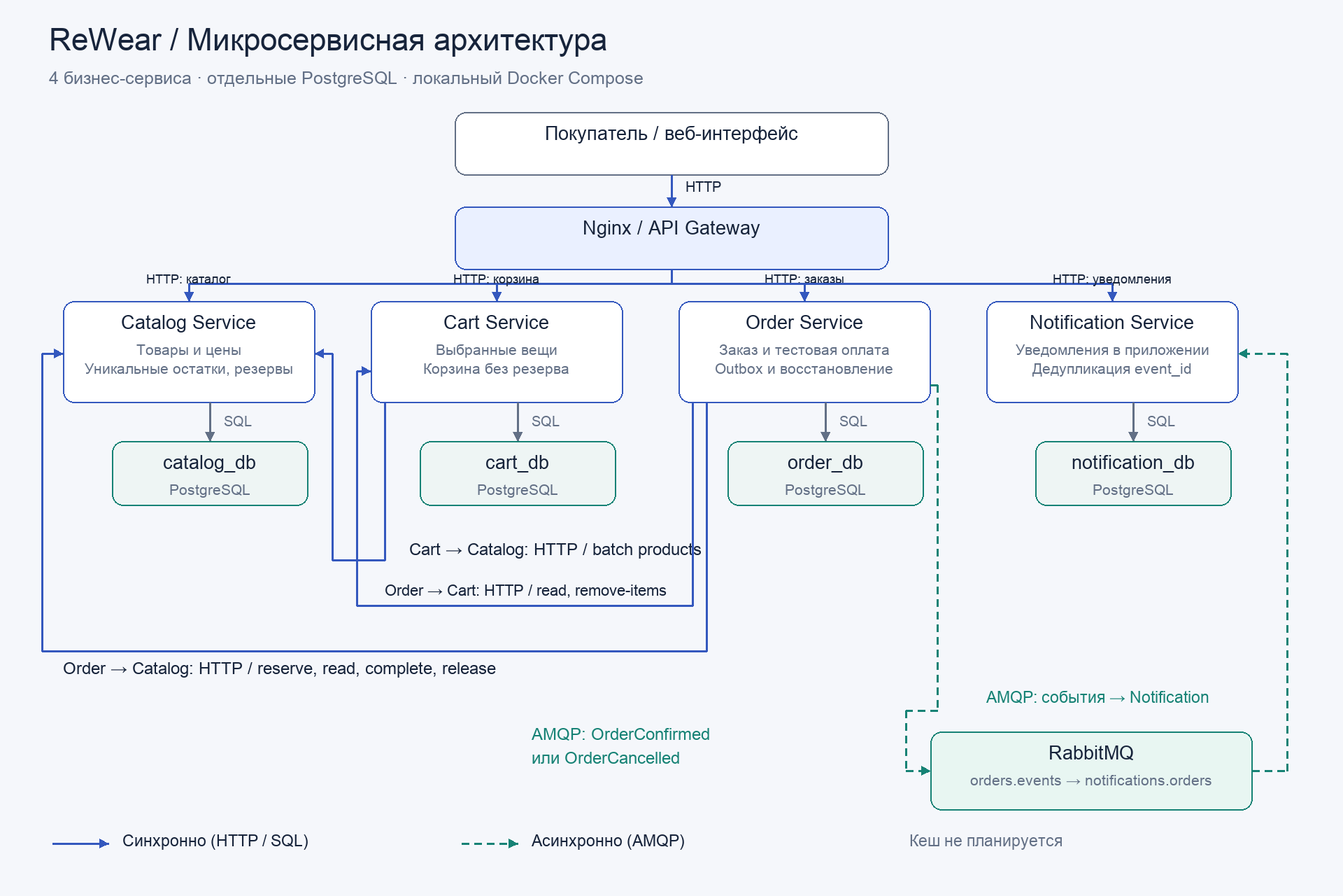
Before: docs/diagrams/architecture.png, a diagram exported from Mermaid (fairwix/rewear-microservices-design). Its source is kept beside it as docs/diagrams/architecture.mmd.
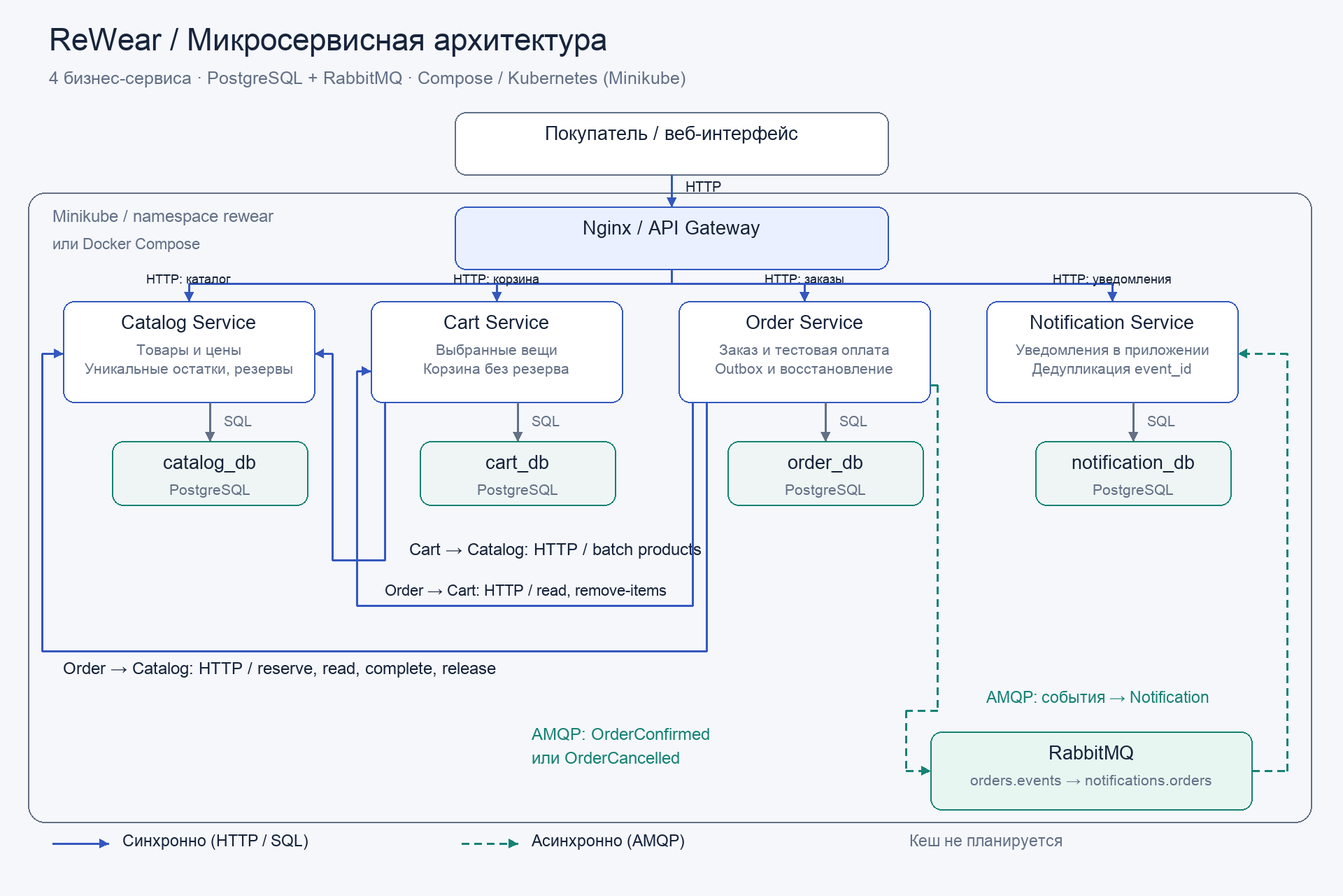
The same diagram one commit later.

Commit message:
docs: condense lab report and include Kubernetes deployment design

What changed in the source:
```diff
@@ -1,26 +1,28 @@
 flowchart TB
-    UI["Покупатель / статический веб-интерфейс"]
-    GW["Nginx gateway — маршрутизация, без бизнес-БД"]
-    C["Catalog Service — товары, цены, уникальные остатки"]
-    A["Cart Service — выбранные вещи, без резерва"]
-    O["Order Service — заказы, тестовая оплата, outbox, восстановление"]
-    N["Notification Service — уведомления, дедупликация"]
-    CD[("catalog_db / PostgreSQL")]
-    AD[("cart_db / PostgreSQL")]
-    OD[("order_db / PostgreSQL")]
-    ND[("notification_db / PostgreSQL")]
-    B["RabbitMQ — orders.events / notifications.orders"]
-    UI -->|HTTP| GW
-    GW -->|HTTP: каталог| C
-    GW -->|HTTP: корзина| A
-    GW -->|HTTP: оформление и статус| O
-    GW -->|HTTP: уведомления| N
-    A -->|HTTP: batch products| C
-    O -->|HTTP: reserve / read / complete / release| C
-    O -->|HTTP: cart / remove-items| A
-    C -->|SQL| CD
-    A -->|SQL| AD
-    O -->|SQL| OD
-    N -->|SQL| ND
-    O -.->|AMQP: OrderConfirmed / OrderCancelled| B
-    B -.->|AMQP: события заказа| N
+    UI["Покупатель / веб-интерфейс"]
+    subgraph LOCAL["Kubernetes / Minikube: namespace rewear — или Docker Compose"]
+        GW["Nginx gateway — маршрутизация и интерфейс"]
+        C["Catalog — товары, цены, уникальные остатки"]
+        A["Cart — выбранные вещи без резерва"]
+        O["Order — заказы, тестовая оплата, сага и outbox"]
+        N["Notification — уведомления, дедупликация"]
+        CD[("catalog_db / PostgreSQL")]
+        AD[("cart_db / PostgreSQL")]
+        OD[("order_db / PostgreSQL")]
+        ND[("notification_db / PostgreSQL")]
+        B["RabbitMQ — orders.events / notifications.orders"]
+        GW -->|"HTTP: каталог"| C
+        GW -->|"HTTP: корзина"| A
+        GW -->|"HTTP: заказ"| O
+        GW -->|"HTTP: уведомления"| N
+        A -->|"HTTP: batch products"| C
+        O -->|"HTTP: reserve / read / complete / release"| C
+        O -->|"HTTP: cart / remove-items"| A
+        C -->|SQL| CD
+        A -->|SQL| AD
+        O -->|SQL| OD
+        N -->|SQL| ND
+        O -.->|"AMQP: OrderConfirmed / OrderCancelled"| B
+        B -.->|"AMQP: итог заказа"| N
+    end
+    UI -->|"HTTP: локальный gateway"| GW
```
